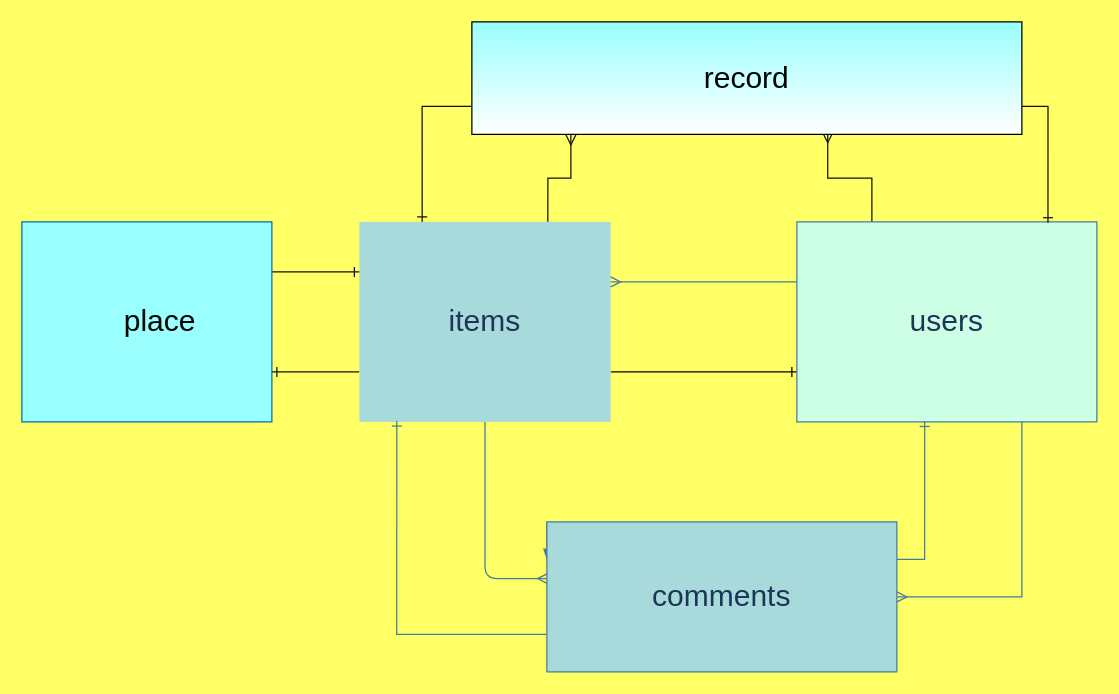
Before: er.dio in tomichihi/furima-35519, a draw.io diagram. Source tidied: cells renumbered, new cells numbered last; positions are measured from the earlier drawing's top-left corner, leaving out a move shared by most shapes. Both pictures are drawn from the tidied source at 125%, with x=0, y=0 at pixel (21, 21).
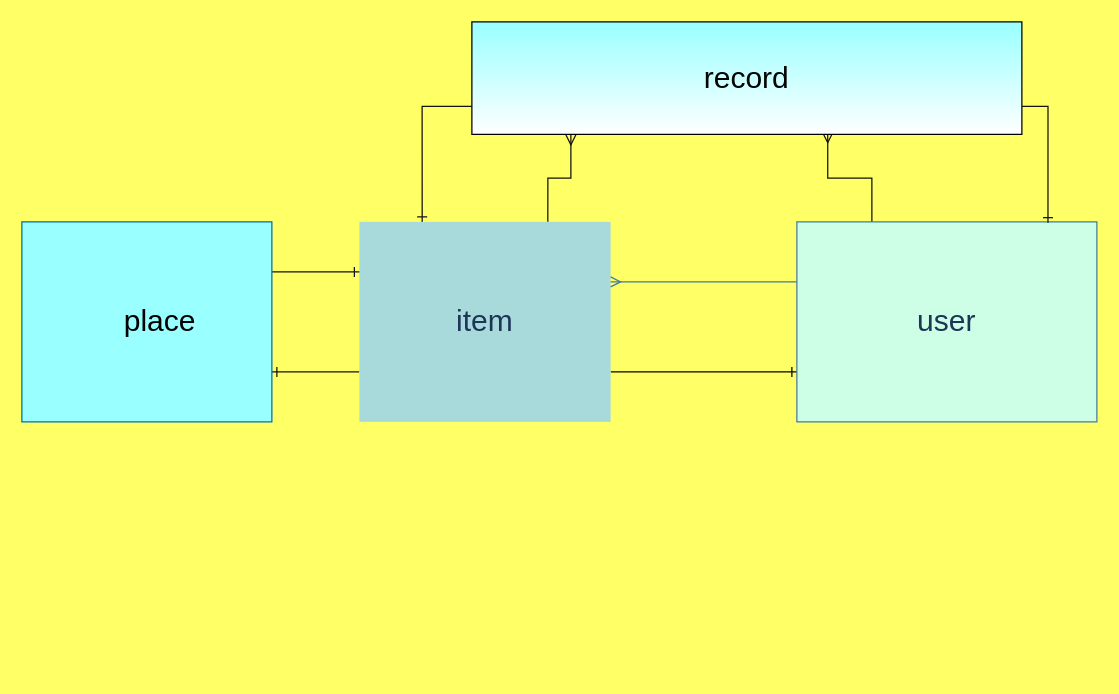
Above is the later version.

Commit message (it also covers changes not shown here):
README,ER図の手直し

Diff of the diagram source:
```diff
@@
-    <mxCell id="2" style="edgeStyle=orthogonalEdgeStyle;curved=0;rounded=1;sketch=0;jettySize=auto;html=1;entryX=0;entryY=0.25;entryDx=0;entryDy=0;endArrow=blockThin;endFill=1;strokeColor=#457B9D;fillColor=#A8DADC;fontColor=#1D3557;" parent="1" edge="1" target="15">
-      <mxGeometry relative="1" as="geometry">
-        <mxPoint x="420" y="400" as="sourcePoint" />
-      </mxGeometry>
-    </mxCell>
-    <mxCell id="3" style="edgeStyle=orthogonalEdgeStyle;curved=0;rounded=1;sketch=0;orthogonalLoop=1;jettySize=auto;html=1;exitX=0;exitY=0.25;exitDx=0;exitDy=0;entryX=0;entryY=0.25;entryDx=0;entryDy=0;endArrow=blockThin;endFill=1;strokeColor=#457B9D;fillColor=#A8DADC;fontColor=#1D3557;" parent="1" edge="1" source="15" target="15">
-      <mxGeometry relative="1" as="geometry" />
+    <mxCell id="3" style="edgeStyle=orthogonalEdgeStyle;curved=0;rounded=1;sketch=0;orthogonalLoop=1;jettySize=auto;html=1;exitX=0;exitY=0.25;exitDx=0;exitDy=0;entryX=0;entryY=0.25;entryDx=0;entryDy=0;endArrow=blockThin;endFill=1;strokeColor=#457B9D;fillColor=#A8DADC;fontColor=#1D3557;" parent="1" edge="1">
+      <mxGeometry relative="1" as="geometry">
+        <mxPoint x="420" y="430" as="sourcePoint" />
+        <mxPoint x="420" y="430" as="targetPoint" />
+      </mxGeometry>
     </mxCell>
-    <mxCell id="4" style="edgeStyle=orthogonalEdgeStyle;curved=0;rounded=1;sketch=0;jettySize=auto;html=1;entryX=0.002;entryY=0.378;entryDx=0;entryDy=0;entryPerimeter=0;endArrow=ERmany;endFill=0;strokeColor=#457B9D;fillColor=#A8DADC;fontColor=#1D3557;" parent="1" edge="1" source="8" target="15">
-      <mxGeometry relative="1" as="geometry" />
-    </mxCell>
@@
-    <mxCell id="8" value="&lt;font style=&quot;font-size: 24px&quot;&gt;items&lt;/font&gt;" style="rounded=0;whiteSpace=wrap;html=1;fillColor=#A8DADC;fontColor=#1D3557;strokeColor=none;" parent="1" vertex="1">
+    <mxCell id="8" value="&lt;font style=&quot;font-size: 24px&quot;&gt;item&lt;/font&gt;" style="rounded=0;whiteSpace=wrap;html=1;fillColor=#A8DADC;fontColor=#1D3557;strokeColor=none;" parent="1" vertex="1">
       <mxGeometry x="270" y="160" width="201" height="160" as="geometry" />
     </mxCell>
@@
-    <mxCell id="10" style="edgeStyle=orthogonalEdgeStyle;rounded=0;jettySize=auto;html=1;exitX=0.75;exitY=1;exitDx=0;exitDy=0;entryX=1;entryY=0.5;entryDx=0;entryDy=0;strokeColor=#457B9D;fontColor=#1D3557;labelBackgroundColor=#F1FAEE;endArrow=ERmany;endFill=0;" parent="1" edge="1" source="12" target="15">
-      <mxGeometry relative="1" as="geometry" />
-    </mxCell>
@@
-    <mxCell id="12" value="&lt;font style=&quot;font-size: 24px&quot;&gt;users&lt;/font&gt;" style="whiteSpace=wrap;html=1;strokeColor=#457B9D;fontColor=#1D3557;fillColor=#CCFFE6;" parent="1" vertex="1">
+    <mxCell id="12" value="&lt;font style=&quot;font-size: 24px&quot;&gt;user&lt;/font&gt;" style="whiteSpace=wrap;html=1;strokeColor=#457B9D;fontColor=#1D3557;fillColor=#CCFFE6;" parent="1" vertex="1">
       <mxGeometry x="620" y="160" width="240" height="160" as="geometry" />
     </mxCell>
-    <mxCell id="13" style="edgeStyle=orthogonalEdgeStyle;rounded=0;jettySize=auto;html=1;exitX=1;exitY=0.25;exitDx=0;exitDy=0;entryX=0.426;entryY=0.998;entryDx=0;entryDy=0;entryPerimeter=0;strokeColor=#457B9D;fontColor=#1D3557;labelBackgroundColor=#F1FAEE;endArrow=ERone;endFill=0;" parent="1" edge="1" source="15" target="12">
-      <mxGeometry relative="1" as="geometry" />
-    </mxCell>
-    <mxCell id="14" style="edgeStyle=orthogonalEdgeStyle;rounded=0;jettySize=auto;html=1;exitX=0;exitY=0.75;exitDx=0;exitDy=0;entryX=0.149;entryY=0.996;entryDx=0;entryDy=0;entryPerimeter=0;strokeColor=#457B9D;fontColor=#1D3557;labelBackgroundColor=#F1FAEE;endArrow=ERone;endFill=0;" parent="1" edge="1" source="15" target="8">
-      <mxGeometry relative="1" as="geometry" />
-    </mxCell>
-    <mxCell id="15" value="&lt;font style=&quot;font-size: 24px&quot;&gt;comments&lt;/font&gt;" style="whiteSpace=wrap;html=1;fillColor=#A8DADC;strokeColor=#457B9D;fontColor=#1D3557;" parent="1" vertex="1">
-      <mxGeometry x="420" y="400" width="280" height="120" as="geometry" />
-    </mxCell>
```
